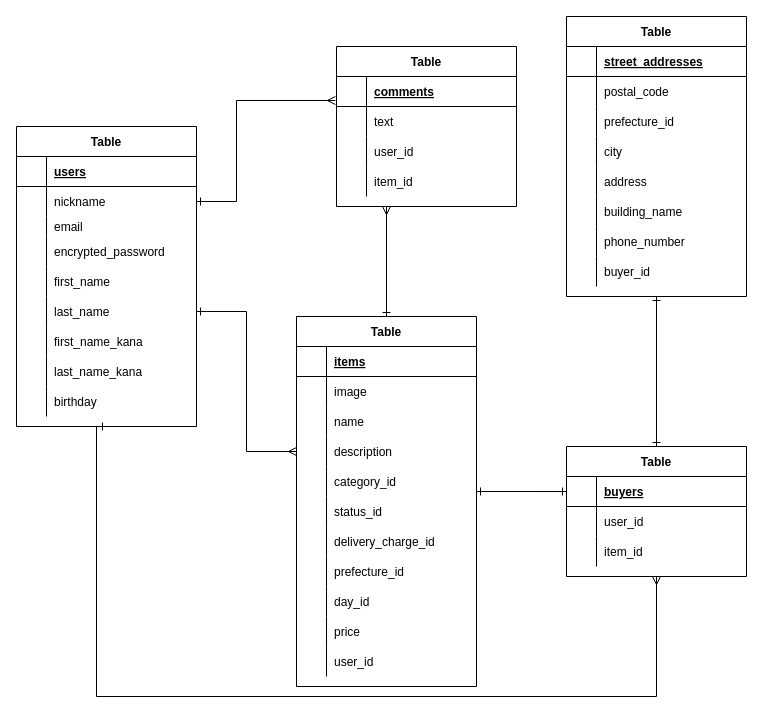
Before: furima.dio in HamazakiHisanori/furima-35157, a draw.io diagram. Source tidied: cells renumbered, new cells numbered last; positions are measured from the earlier drawing's top-left corner, leaving out a move shared by most shapes. Both pictures are drawn from the tidied source at 100%, with x=0, y=0 at pixel (16, 16).
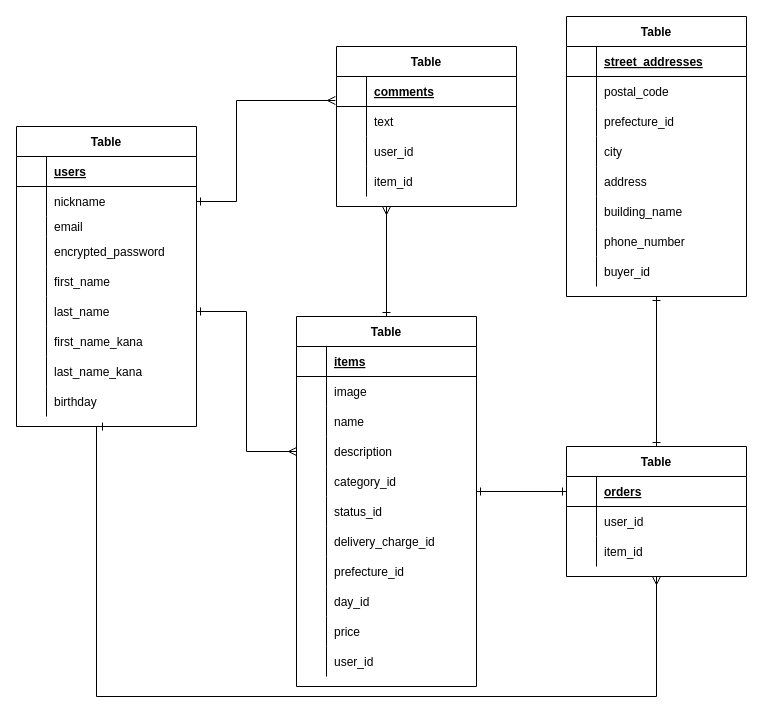
The same diagram, later.

The change refers to these unchanged cells:
```xml
<mxCell id="33" style="shape=partialRectangle;fillColor=none;top=0;left=0;bottom=1;right=0;points=[[0,0.5],[1,0.5]];portConstraint=eastwest;" parent="32" vertex="1">
  <mxGeometry y="30" width="180" height="30" as="geometry" />
</mxCell>
```

Diff of the diagram source:
```diff
@@
-    <mxCell id="35" value="buyers" style="shape=partialRectangle;fillColor=none;top=0;left=0;bottom=0;right=0;align=left;spacingLeft=6;fontStyle=5;overflow=hidden;" parent="33" vertex="1">
+    <mxCell id="35" value="orders" style="shape=partialRectangle;fillColor=none;top=0;left=0;bottom=0;right=0;align=left;spacingLeft=6;fontStyle=5;overflow=hidden;" parent="33" vertex="1">
       <mxGeometry x="30" width="150" height="30" as="geometry" />
     </mxCell>
```
